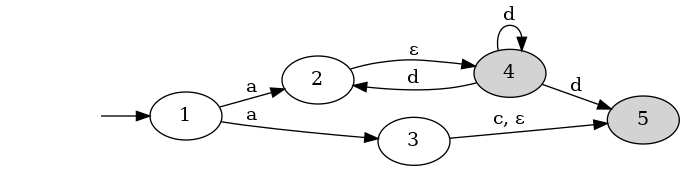
Earlier version of the Graphviz export figures/nfa_ex_2.png (jorbDehmel/theory-of-computation). Its source is kept beside it as figures/nfa_ex_2.dot. Source of this version:
```dot
digraph {
    rankdir="LR";

    entry [style=invis];
    4, 5 [style=filled];

    entry -> 1;
    1 -> 2, 3 [label="a"];
    2 -> 4 [label=<&epsilon;>];
    4 -> 2, 5, 4 [label="d"];
    3 -> 5 [label=<c, &epsilon;>];
}
```
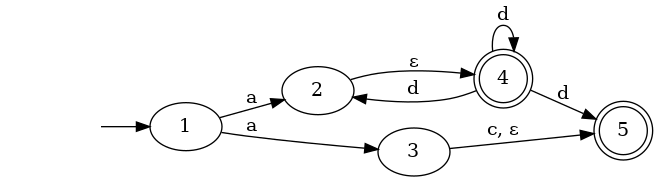
The same file after the commit.

Diff of the diagram source:
```diff
@@ -2,7 +2,7 @@
     rankdir="LR";
 
     entry [style=invis];
-    4, 5 [style=filled];
+    4, 5 [shape=doublecircle];
 
     entry -> 1;
     1 -> 2, 3 [label="a"];
```
